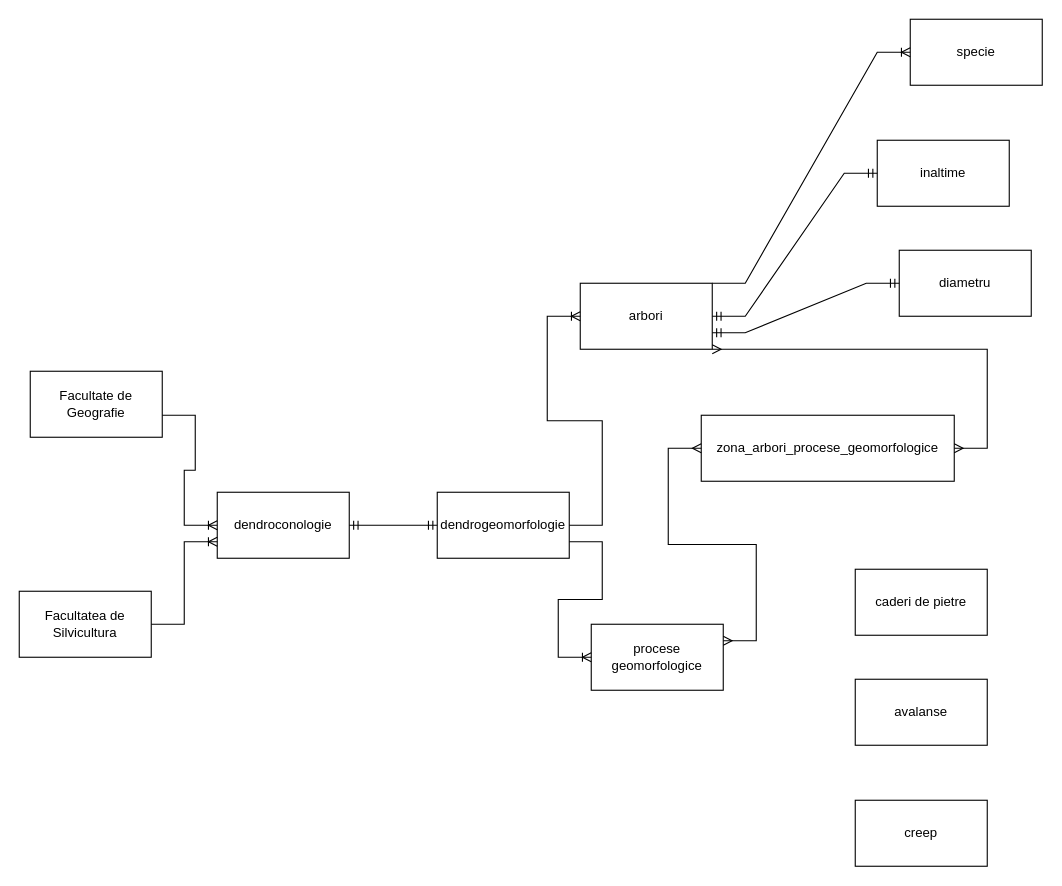
The draw.io diagram model_abstract.drawio in cristian19122001/examen_sem_1_db, before the edit. Source tidied: cells renumbered, new cells numbered last; positions are measured from the earlier drawing's top-left corner, leaving out a move shared by most shapes. Both pictures are drawn from the tidied source at 110%, with x=0, y=0 at pixel (19, 19).
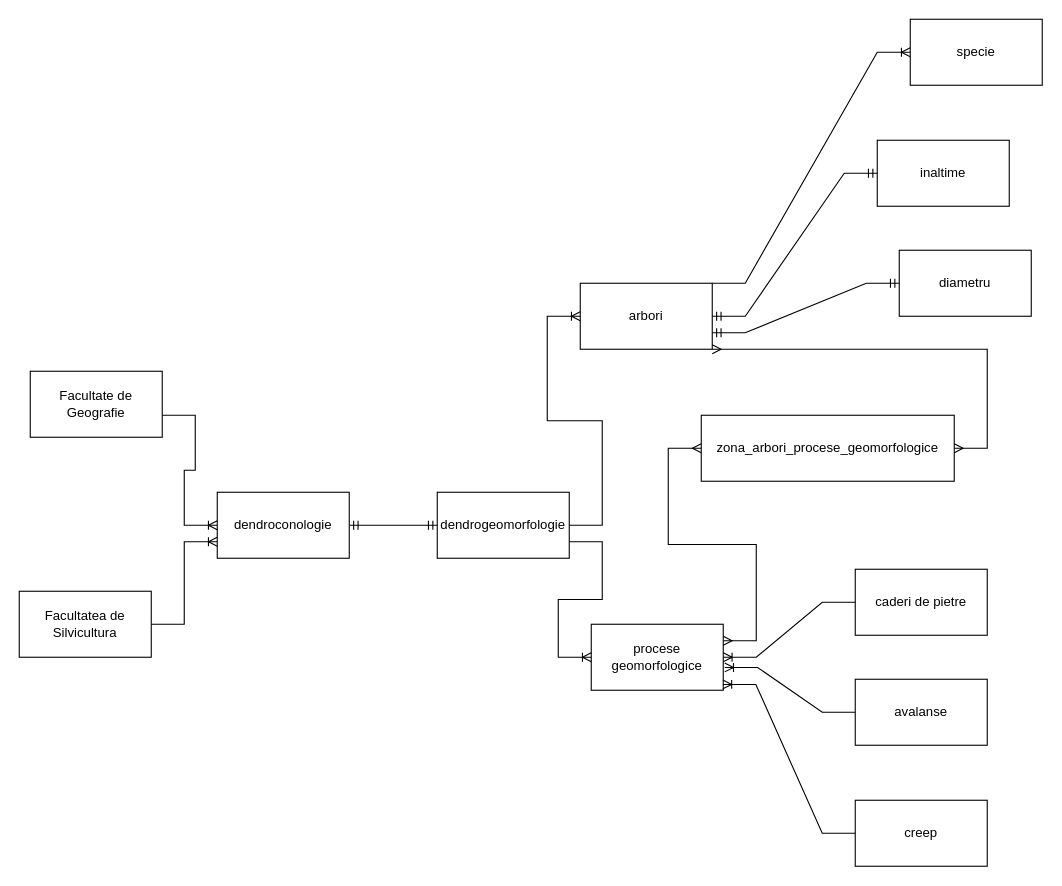
The same page after the edit.

The change refers to these unchanged cells:
```xml
<mxCell id="5" value="procese geomorfologice" style="rounded=0;whiteSpace=wrap;html=1;" parent="1" vertex="1">
  <mxGeometry x="520" y="550" width="120" height="60" as="geometry" />
</mxCell>
<mxCell id="6" value="caderi de pietre" style="rounded=0;whiteSpace=wrap;html=1;" parent="1" vertex="1">
  <mxGeometry x="760" y="500" width="120" height="60" as="geometry" />
</mxCell>
<mxCell id="7" value="avalanse" style="rounded=0;whiteSpace=wrap;html=1;" parent="1" vertex="1">
  <mxGeometry x="760" y="600" width="120" height="60" as="geometry" />
</mxCell>
<mxCell id="8" value="creep" style="rounded=0;whiteSpace=wrap;html=1;" parent="1" vertex="1">
  <mxGeometry x="760" y="710" width="120" height="60" as="geometry" />
</mxCell>
```

The edit, as a diff of the source:
```diff
@@
+    <mxCell id="25" style="edgeStyle=entityRelationEdgeStyle;fontSize=12;html=1;endArrow=ERoneToMany;rounded=0;exitX=0;exitY=0.5;exitDx=0;exitDy=0;entryX=1;entryY=0.5;entryDx=0;entryDy=0;" parent="1" edge="1" source="6" target="5">
+      <mxGeometry relative="1" as="geometry">
+        <Array as="points">
+          <mxPoint x="650" y="580" />
+        </Array>
+      </mxGeometry>
+    </mxCell>
+    <mxCell id="26" style="edgeStyle=entityRelationEdgeStyle;fontSize=12;html=1;endArrow=ERoneToMany;rounded=0;exitX=0;exitY=0.5;exitDx=0;exitDy=0;entryX=0.997;entryY=0.912;entryDx=0;entryDy=0;entryPerimeter=0;" parent="1" edge="1" source="8" target="5">
+      <mxGeometry relative="1" as="geometry">
+        <Array as="points">
+          <mxPoint x="660" y="590" />
+        </Array>
+      </mxGeometry>
+    </mxCell>
+    <mxCell id="27" style="edgeStyle=entityRelationEdgeStyle;fontSize=12;html=1;endArrow=ERoneToMany;rounded=0;exitX=0;exitY=0.5;exitDx=0;exitDy=0;entryX=1.011;entryY=0.655;entryDx=0;entryDy=0;entryPerimeter=0;" parent="1" edge="1" source="7" target="5">
+      <mxGeometry relative="1" as="geometry">
+        <Array as="points">
+          <mxPoint x="620" y="710" />
+        </Array>
+      </mxGeometry>
+    </mxCell>
```
